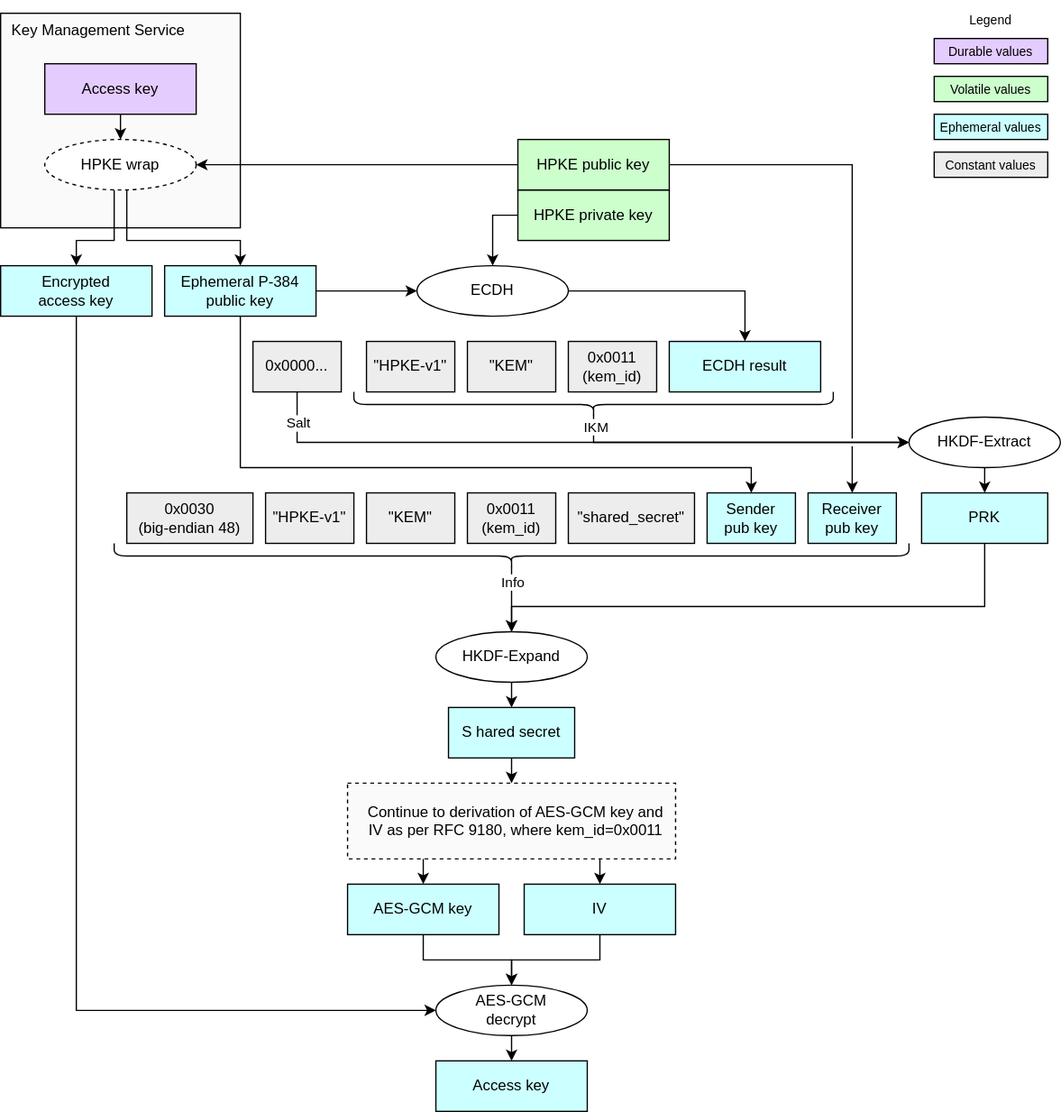
This is doc/ocp_lock/diagrams/hpke_kem_ecdh.drawio.svg from chipsalliance/Caliptra, a draw.io export, as it was before one commit. Source tidied: cells renumbered, new cells last; positions are measured from the earlier drawing's top-left corner, leaving out a move shared by most shapes.
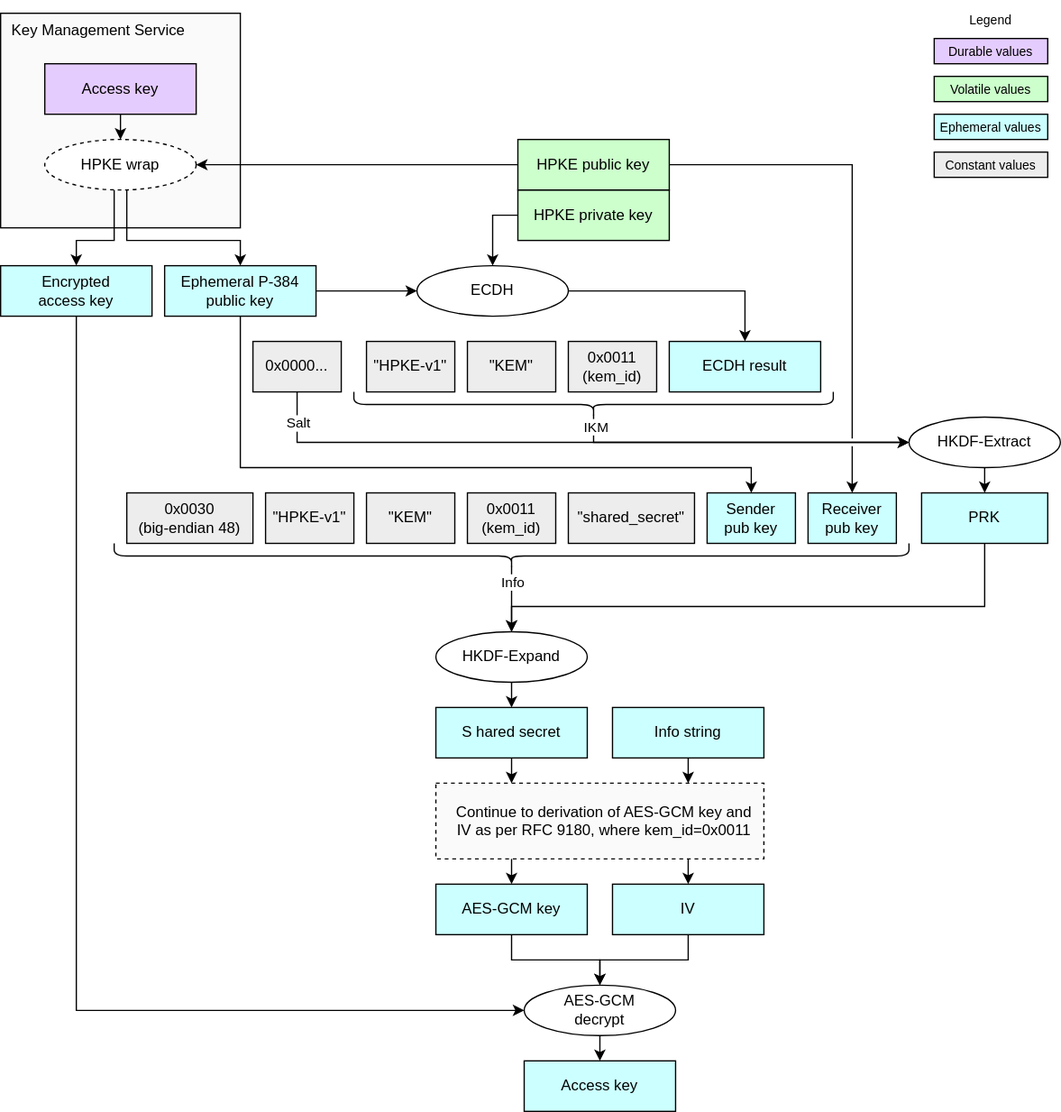
The same file after the commit.

Commit message:
Add support for pure-PQ HPKE.

Change to the diagram source:
```diff
@@ -155,11 +155,8 @@
         </Array>
       </mxGeometry>
     </mxCell>
-    <mxCell id="41" style="edgeStyle=orthogonalEdgeStyle;html=1;exitX=0.5;exitY=1;exitDx=0;exitDy=0;entryX=0.5;entryY=0;entryDx=0;entryDy=0;rounded=0;curved=0;" parent="1" edge="1" source="42" target="53">
-      <mxGeometry relative="1" as="geometry" />
-    </mxCell>
     <mxCell id="42" value="&lt;div&gt;&lt;span style=&quot;background-color: transparent;&quot;&gt;&lt;font color=&quot;#000000&quot;&gt;S&lt;/font&gt;hared secret&lt;/span&gt;&lt;/div&gt;" style="rounded=0;whiteSpace=wrap;html=1;align=center;verticalAlign=middle;shadow=0;glass=0;spacingLeft=0;spacingBottom=0;spacingTop=0;fillColor=#CCFFFF;" parent="1" vertex="1">
-      <mxGeometry x="355" y="560" width="100" height="40" as="geometry" />
+      <mxGeometry x="345" y="560" width="120" height="40" as="geometry" />
     </mxCell>
     <mxCell id="43" style="endArrow=classic;html=1;rounded=0;endSize=6;startSize=6;entryX=0.5;entryY=0;entryDx=0;entryDy=0;exitX=0.5;exitY=1;exitDx=0;exitDy=0;jumpStyle=gap;" parent="1" edge="1" source="39" target="42">
       <mxGeometry relative="1" as="geometry" />
@@ -198,38 +195,38 @@
       <mxGeometry x="200" y="270" width="70" height="40" as="geometry" />
     </mxCell>
     <mxCell id="53" value="Continue to derivation of&amp;nbsp;&lt;span style=&quot;background-color: transparent;&quot;&gt;AES-GCM key and&lt;/span&gt;&lt;div&gt;&lt;span style=&quot;background-color: transparent;&quot;&gt;IV as per&amp;nbsp;&lt;/span&gt;&lt;span style=&quot;background-color: transparent;&quot;&gt;RFC 9180, where kem_id=0x0011&lt;/span&gt;&lt;/div&gt;" style="rounded=0;whiteSpace=wrap;html=1;fillColor=#FAFAFA;strokeColor=#000000;align=center;verticalAlign=middle;spacingLeft=7;dashed=1;" parent="1" vertex="1">
-      <mxGeometry x="275" y="620" width="260" height="60" as="geometry" />
+      <mxGeometry x="345" y="620" width="260" height="60" as="geometry" />
     </mxCell>
     <mxCell id="54" value="AES-GCM&lt;div&gt;decrypt&lt;/div&gt;" style="ellipse;whiteSpace=wrap;html=1;fillColor=#FFFFFF;" parent="1" vertex="1">
-      <mxGeometry x="345" y="780" width="120" height="40" as="geometry" />
+      <mxGeometry x="415" y="780" width="120" height="40" as="geometry" />
     </mxCell>
     <mxCell id="55" value="Access key" style="rounded=0;whiteSpace=wrap;html=1;align=center;verticalAlign=middle;shadow=0;glass=0;spacingLeft=0;spacingBottom=0;spacingTop=0;fillColor=#CCFFFF;" parent="1" vertex="1">
-      <mxGeometry x="345" y="840" width="120" height="40" as="geometry" />
+      <mxGeometry x="415" y="840" width="120" height="40" as="geometry" />
     </mxCell>
     <mxCell id="56" value="AES-GCM key" style="rounded=0;whiteSpace=wrap;html=1;align=center;verticalAlign=middle;shadow=0;glass=0;spacingLeft=0;spacingBottom=0;spacingTop=0;fillColor=#CCFFFF;" parent="1" vertex="1">
-      <mxGeometry x="275" y="700" width="120" height="40" as="geometry" />
+      <mxGeometry x="345" y="700" width="120" height="40" as="geometry" />
     </mxCell>
     <mxCell id="57" value="IV" style="rounded=0;whiteSpace=wrap;html=1;align=center;verticalAlign=middle;shadow=0;glass=0;spacingLeft=0;spacingBottom=0;spacingTop=0;fillColor=#CCFFFF;" parent="1" vertex="1">
-      <mxGeometry x="415" y="700" width="120" height="40" as="geometry" />
+      <mxGeometry x="485" y="700" width="120" height="40" as="geometry" />
     </mxCell>
     <mxCell id="58" style="endArrow=classic;html=1;entryX=0.5;entryY=0;entryDx=0;entryDy=0;exitX=0.5;exitY=1;exitDx=0;exitDy=0;" parent="1" edge="1" target="56">
       <mxGeometry relative="1" as="geometry">
-        <mxPoint x="335" y="680" as="sourcePoint" />
+        <mxPoint x="405" y="680" as="sourcePoint" />
       </mxGeometry>
     </mxCell>
     <mxCell id="59" style="edgeStyle=segmentEdgeStyle;endArrow=classic;html=1;curved=0;rounded=0;endSize=6;startSize=6;exitX=0.5;exitY=1;exitDx=0;exitDy=0;entryX=0.5;entryY=0;entryDx=0;entryDy=0;" parent="1" edge="1" source="56" target="54">
       <mxGeometry relative="1" as="geometry">
         <Array as="points">
-          <mxPoint x="335" y="760" />
           <mxPoint x="405" y="760" />
+          <mxPoint x="475" y="760" />
         </Array>
       </mxGeometry>
     </mxCell>
     <mxCell id="60" style="edgeStyle=segmentEdgeStyle;endArrow=classic;html=1;curved=0;rounded=0;endSize=6;startSize=6;exitX=0.5;exitY=1;exitDx=0;exitDy=0;entryX=0.5;entryY=0;entryDx=0;entryDy=0;" parent="1" edge="1" source="57" target="54">
       <mxGeometry relative="1" as="geometry">
         <Array as="points">
+          <mxPoint x="545" y="760" />
           <mxPoint x="475" y="760" />
-          <mxPoint x="405" y="760" />
         </Array>
       </mxGeometry>
     </mxCell>
@@ -238,8 +235,21 @@
     </mxCell>
     <mxCell id="62" style="endArrow=classic;html=1;exitX=0.5;exitY=1;exitDx=0;exitDy=0;entryX=0.5;entryY=0;entryDx=0;entryDy=0;" parent="1" edge="1" target="57">
       <mxGeometry relative="1" as="geometry">
-        <mxPoint x="475" y="680" as="sourcePoint" />
+        <mxPoint x="545" y="680" as="sourcePoint" />
       </mxGeometry>
     </mxCell>
+    <mxCell id="63" value="&lt;div&gt;&lt;font&gt;Info string&lt;/font&gt;&lt;/div&gt;" style="rounded=0;whiteSpace=wrap;html=1;align=center;verticalAlign=middle;shadow=0;glass=0;spacingLeft=0;spacingBottom=0;spacingTop=0;fillColor=#CCFFFF;" parent="1" vertex="1">
+      <mxGeometry x="485" y="560" width="120" height="40" as="geometry" />
+    </mxCell>
+    <mxCell id="64" style="endArrow=classic;html=1;exitX=0.5;exitY=1;exitDx=0;exitDy=0;" parent="1" edge="1" source="42">
+      <mxGeometry relative="1" as="geometry">
+        <mxPoint x="405" y="620" as="targetPoint" />
+      </mxGeometry>
+    </mxCell>
+    <mxCell id="65" style="endArrow=classic;html=1;exitX=0.5;exitY=1;exitDx=0;exitDy=0;" parent="1" edge="1" source="63">
+      <mxGeometry relative="1" as="geometry">
+        <mxPoint x="545" y="620" as="targetPoint" />
+      </mxGeometry>
+    </mxCell>
   </root>
 </mxGraphModel>
```
